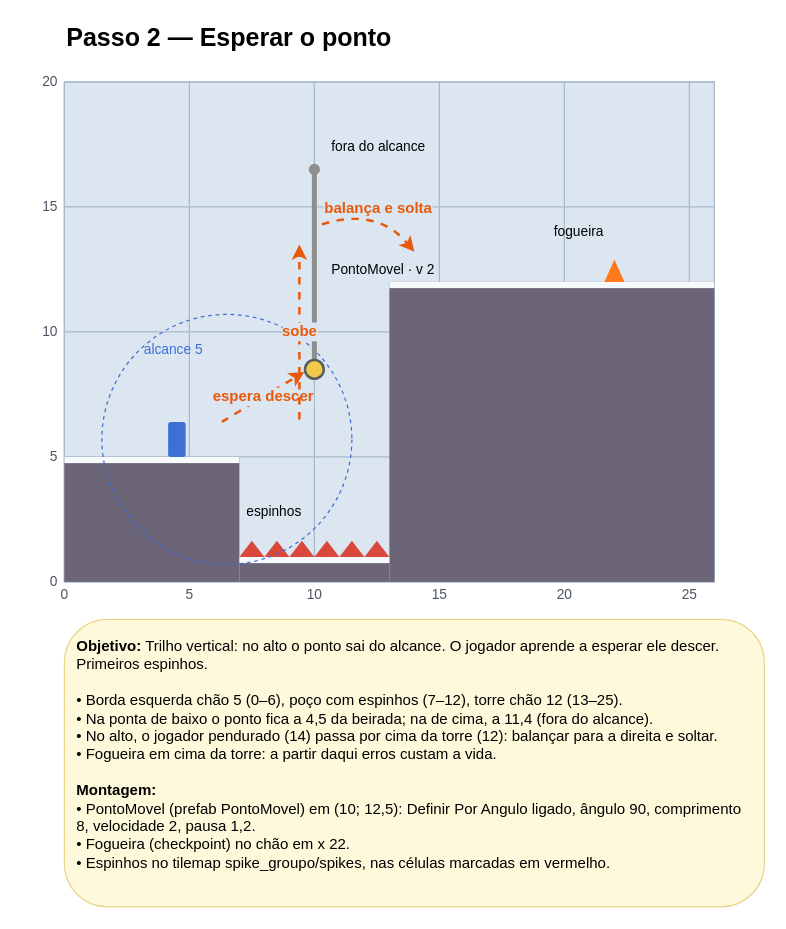
Before: page "Passo 2 — Esperar o ponto" (3 of 20) of Design/level_design_ponto_movel.drawio in Vertigo-Game/prototipo, a draw.io diagram. Source tidied: cells renumbered, new cells numbered last; positions are measured from the earlier drawing's top-left corner, leaving out a move shared by most shapes. Both pictures are drawn from the tidied source at 125%, with x=0, y=0 at pixel (21, 21).
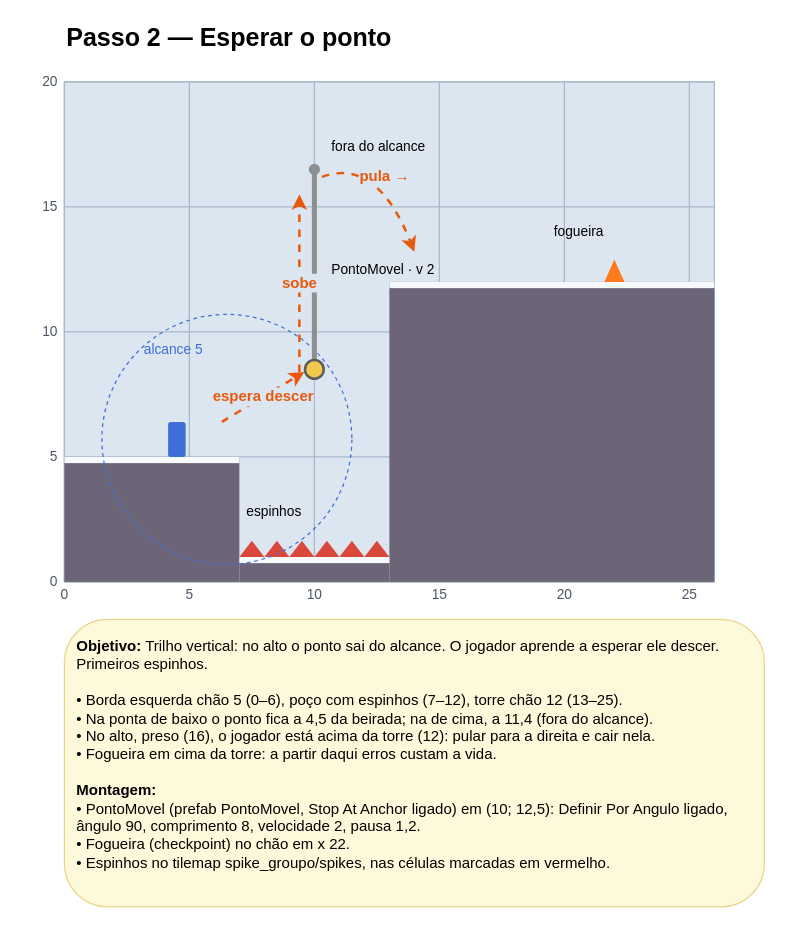
The same diagram, later.

Commit message (it also covers changes not shown here):
Adiciona o bloco 3 (vento) e ajusta os trechos ao ponto que segura nos desenhos de level design

Diff of the diagram source:
```diff
@@
     <mxCell id="46" value="sobe" style="endArrow=classic;html=1;curved=1;dashed=1;strokeColor=#E8590C;strokeWidth=2;fontSize=12;fontStyle=1;fontColor=#E8590C;labelBackgroundColor=#DCE6F1;" parent="1" edge="1">
       <mxGeometry relative="1" as="geometry">
-        <mxPoint x="222" y="318" as="sourcePoint" />
-        <mxPoint x="222" y="178" as="targetPoint" />
+        <mxPoint x="222" y="280" as="sourcePoint" />
+        <mxPoint x="222" y="138" as="targetPoint" />
       </mxGeometry>
     </mxCell>
-    <mxCell id="47" value="balança e solta" style="endArrow=classic;html=1;curved=1;dashed=1;strokeColor=#E8590C;strokeWidth=2;fontSize=12;fontStyle=1;fontColor=#E8590C;labelBackgroundColor=#DCE6F1;" parent="1" edge="1">
+    <mxCell id="47" value="pula →" style="endArrow=classic;html=1;curved=1;dashed=1;strokeColor=#E8590C;strokeWidth=2;fontSize=12;fontStyle=1;fontColor=#E8590C;labelBackgroundColor=#DCE6F1;" parent="1" edge="1">
       <mxGeometry relative="1" as="geometry">
-        <mxPoint x="240" y="162" as="sourcePoint" />
+        <mxPoint x="240" y="124" as="sourcePoint" />
         <mxPoint x="314" y="184" as="targetPoint" />
         <Array as="points">
-          <mxPoint x="284" y="148" />
+          <mxPoint x="284" y="108" />
         </Array>
       </mxGeometry>
     </mxCell>
@@
-    <mxCell id="51" value="&lt;b&gt;Objetivo:&lt;/b&gt; Trilho vertical: no alto o ponto sai do alcance. O jogador aprende a esperar ele descer. Primeiros espinhos.&lt;br&gt;&lt;br&gt;• Borda esquerda chão 5 (0–6), poço com espinhos (7–12), torre chão 12 (13–25).&lt;br&gt;• Na ponta de baixo o ponto fica a 4,5 da beirada; na de cima, a 11,4 (fora do alcance).&lt;br&gt;• No alto, o jogador pendurado (14) passa por cima da torre (12): balançar para a direita e soltar.&lt;br&gt;• Fogueira em cima da torre: a partir daqui erros custam a vida.&lt;br&gt;&lt;br&gt;&lt;b&gt;Montagem:&lt;/b&gt;&lt;br&gt;• PontoMovel (prefab PontoMovel) em (10; 12,5): Definir Por Angulo ligado, ângulo 90, comprimento 8, velocidade 2, pausa 1,2.&lt;br&gt;• Fogueira (checkpoint) no chão em x 22.&lt;br&gt;• Espinhos no tilemap spike_groupo/spikes, nas células marcadas em vermelho." style="rounded=1;whiteSpace=wrap;html=1;align=left;verticalAlign=top;spacing=10;fontSize=12;fillColor=#FFF9DB;strokeColor=#E9D58A;" parent="1" vertex="1">
+    <mxCell id="51" value="&lt;b&gt;Objetivo:&lt;/b&gt; Trilho vertical: no alto o ponto sai do alcance. O jogador aprende a esperar ele descer. Primeiros espinhos.&lt;br&gt;&lt;br&gt;• Borda esquerda chão 5 (0–6), poço com espinhos (7–12), torre chão 12 (13–25).&lt;br&gt;• Na ponta de baixo o ponto fica a 4,5 da beirada; na de cima, a 11,4 (fora do alcance).&lt;br&gt;• No alto, preso (16), o jogador está acima da torre (12): pular para a direita e cair nela.&lt;br&gt;• Fogueira em cima da torre: a partir daqui erros custam a vida.&lt;br&gt;&lt;br&gt;&lt;b&gt;Montagem:&lt;/b&gt;&lt;br&gt;• PontoMovel (prefab PontoMovel, Stop At Anchor ligado) em (10; 12,5): Definir Por Angulo ligado, ângulo 90, comprimento 8, velocidade 2, pausa 1,2.&lt;br&gt;• Fogueira (checkpoint) no chão em x 22.&lt;br&gt;• Espinhos no tilemap spike_groupo/spikes, nas células marcadas em vermelho." style="rounded=1;whiteSpace=wrap;html=1;align=left;verticalAlign=top;spacing=10;fontSize=12;fillColor=#FFF9DB;strokeColor=#E9D58A;" parent="1" vertex="1">
       <mxGeometry x="34" y="478" width="560" height="230" as="geometry" />
     </mxCell>
```
